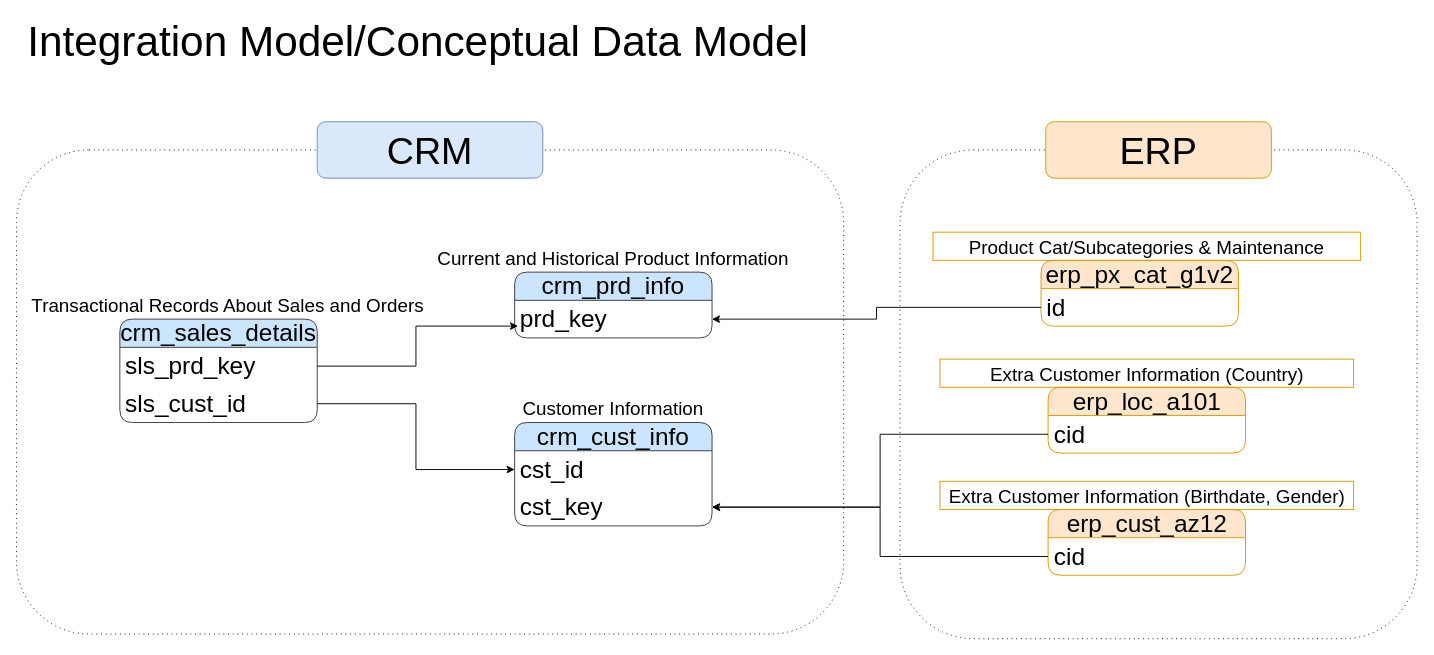
sdsouto/sql-data-warehouse-project keeps this draw.io diagram as page "Conceptual Data Model" (3 of 4) of images/ArchitectureDiagrams.drawio. Above is the earlier version. Source tidied: cells renumbered, new cells numbered last; positions are measured from the earlier drawing's top-left corner, leaving out a move shared by most shapes. Both pictures are drawn from the tidied source at 94%, with x=0, y=0 at pixel (16, 27).
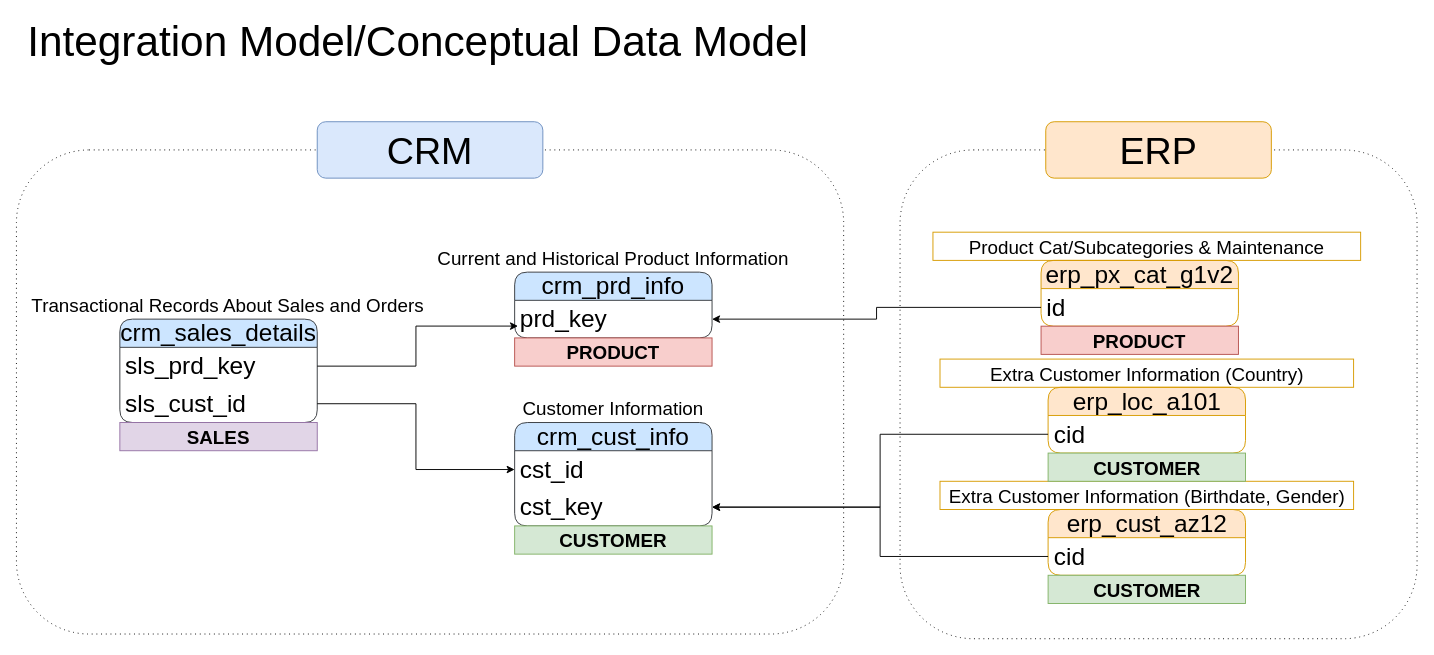
The same diagram, later.

The edit, as a diff of the source:
```diff
@@
+    <mxCell id="32" value="&lt;font style=&quot;font-size: 20px;&quot;&gt;&lt;b&gt;PRODUCT&lt;/b&gt;&lt;/font&gt;" style="text;html=1;strokeColor=#b85450;fillColor=#f8cecc;align=center;verticalAlign=middle;whiteSpace=wrap;overflow=hidden;fontSize=13;" parent="1" vertex="1">
+      <mxGeometry x="530" y="330" width="210" height="30" as="geometry" />
+    </mxCell>
+    <mxCell id="33" value="&lt;font style=&quot;font-size: 20px;&quot;&gt;&lt;b&gt;PRODUCT&lt;/b&gt;&lt;/font&gt;" style="text;html=1;strokeColor=#b85450;fillColor=#f8cecc;align=center;verticalAlign=middle;whiteSpace=wrap;overflow=hidden;fontSize=13;" parent="1" vertex="1">
+      <mxGeometry x="1090" y="317.5" width="210" height="30" as="geometry" />
+    </mxCell>
+    <mxCell id="34" value="&lt;font style=&quot;font-size: 20px;&quot;&gt;&lt;b&gt;CUSTOMER&lt;/b&gt;&lt;/font&gt;" style="text;html=1;strokeColor=#82b366;fillColor=#d5e8d4;align=center;verticalAlign=middle;whiteSpace=wrap;overflow=hidden;fontSize=13;" parent="1" vertex="1">
+      <mxGeometry x="530" y="530" width="210" height="30" as="geometry" />
+    </mxCell>
+    <mxCell id="35" value="&lt;font style=&quot;font-size: 20px;&quot;&gt;&lt;b&gt;CUSTOMER&lt;/b&gt;&lt;/font&gt;" style="text;html=1;strokeColor=#82b366;fillColor=#d5e8d4;align=center;verticalAlign=middle;whiteSpace=wrap;overflow=hidden;fontSize=13;" parent="1" vertex="1">
+      <mxGeometry x="1097.5" y="582.5" width="210" height="30" as="geometry" />
+    </mxCell>
+    <mxCell id="36" value="&lt;font style=&quot;font-size: 20px;&quot;&gt;&lt;b&gt;CUSTOMER&lt;/b&gt;&lt;/font&gt;" style="text;html=1;strokeColor=#82b366;fillColor=#d5e8d4;align=center;verticalAlign=middle;whiteSpace=wrap;overflow=hidden;fontSize=13;" parent="1" vertex="1">
+      <mxGeometry x="1097.5" y="452.5" width="210" height="30" as="geometry" />
+    </mxCell>
+    <mxCell id="37" value="&lt;font style=&quot;font-size: 20px;&quot;&gt;&lt;b&gt;SALES&lt;/b&gt;&lt;/font&gt;" style="text;html=1;strokeColor=#9673a6;fillColor=#e1d5e7;align=center;verticalAlign=middle;whiteSpace=wrap;overflow=hidden;fontSize=13;" parent="1" vertex="1">
+      <mxGeometry x="110" y="420" width="210" height="30" as="geometry" />
+    </mxCell>
```
